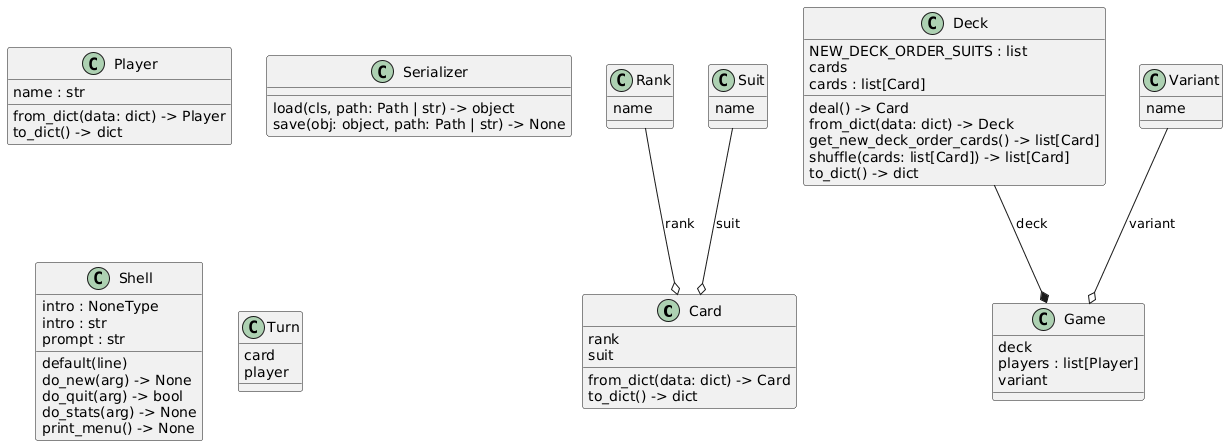
Earlier version of the PlantUML export docs/uml/png/classes_war.png (b3h3m0th/war).
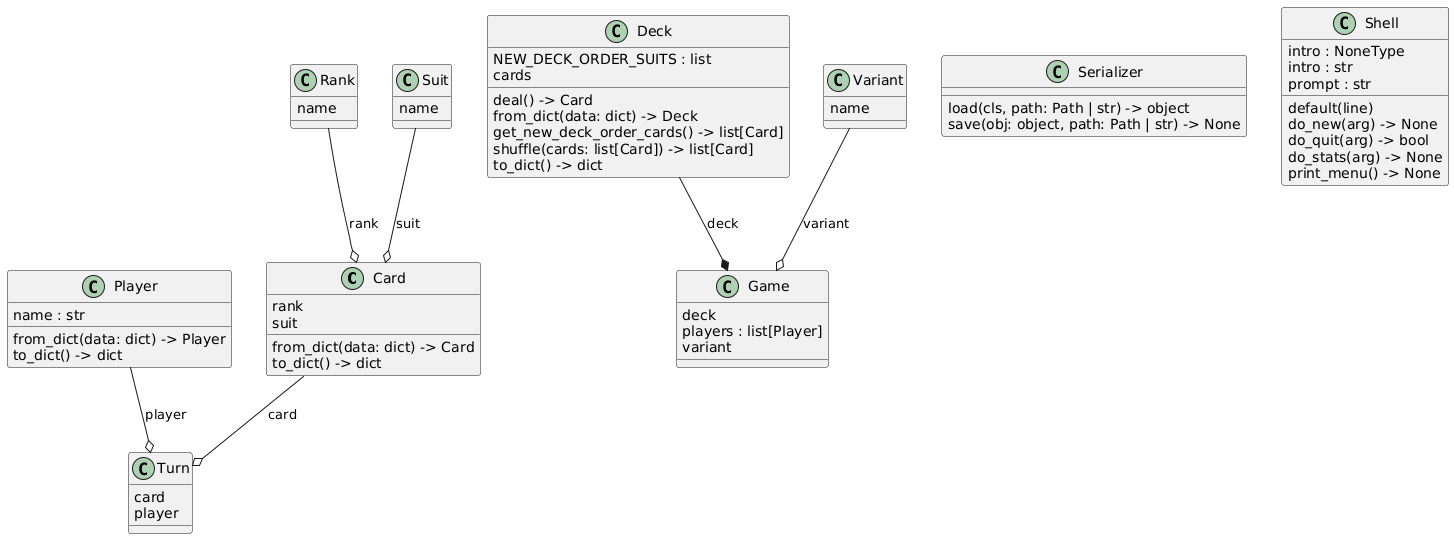
After the change.

What changed in the source:
```diff
@@ -9,7 +9,6 @@
 class "Deck" as models.deck.Deck {
   NEW_DECK_ORDER_SUITS : list
   cards
-  cards : list[Card]
   deal() -> Card
   from_dict(data: dict) -> Deck
   get_new_deck_order_cards() -> list[Card]
@@ -57,4 +56,6 @@
 enums.rank.Rank --o models.card.Card : rank
 enums.suit.Suit --o models.card.Card : suit
 enums.variant.Variant --o models.game.Game : variant
+models.card.Card --o models.turn.Turn : card
+models.player.Player --o models.turn.Turn : player
 @enduml
```
